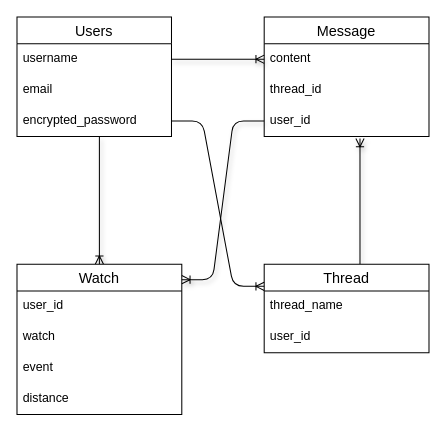
GitHayato/actime keeps this draw.io diagram as database.dio. Above is the earlier version. Source tidied: cells renumbered, new cells numbered last; positions are measured from the earlier drawing's top-left corner, leaving out a move shared by most shapes. Both pictures are drawn from the tidied source at 103%, with x=0, y=0 at pixel (16, 16).
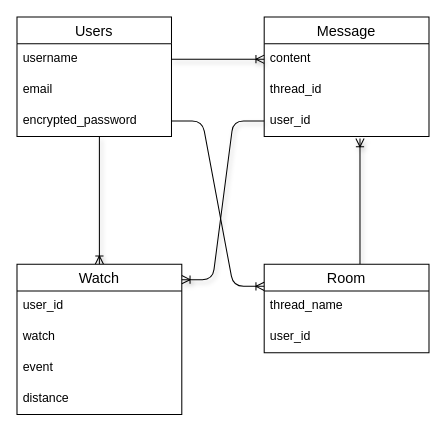
After the change.

Commit message (it also covers changes not shown here):
fix: テーブル名再変更

Diff of the diagram source:
```diff
@@
-    <mxCell id="18" value="Thread" style="swimlane;fontStyle=0;horizontal=1;startSize=26;align=center;fontSize=14;" parent="1" vertex="1">
+    <mxCell id="18" value="Room" style="swimlane;fontStyle=0;horizontal=1;startSize=26;align=center;fontSize=14;" parent="1" vertex="1">
       <mxGeometry x="240" y="240" width="160" height="86" as="geometry" />
     </mxCell>
```
